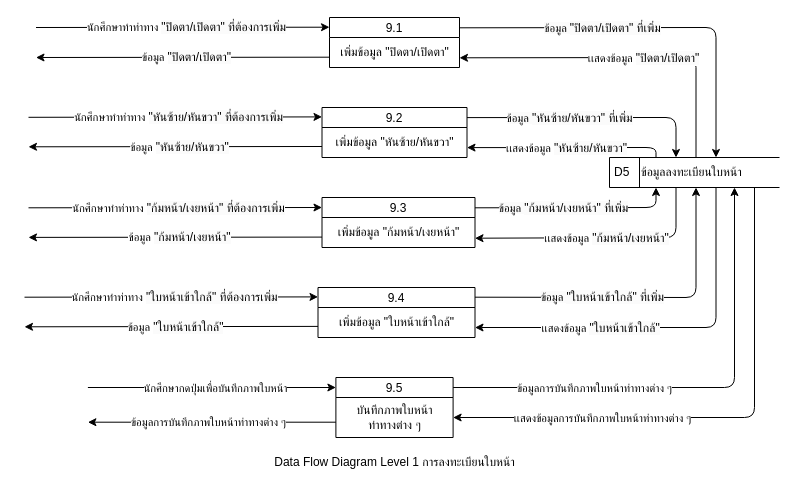
Earlier version of the draw.io diagram drawio/system_diagram/DFDL1_9.drawio (PatcharaphonKoosomsarp/FACE-EXAM). Source tidied: cells renumbered, new cells numbered last; positions are measured from the earlier drawing's top-left corner, leaving out a move shared by most shapes. Both pictures are drawn from the tidied source at 100%, with x=0, y=0 at pixel (24, 17).
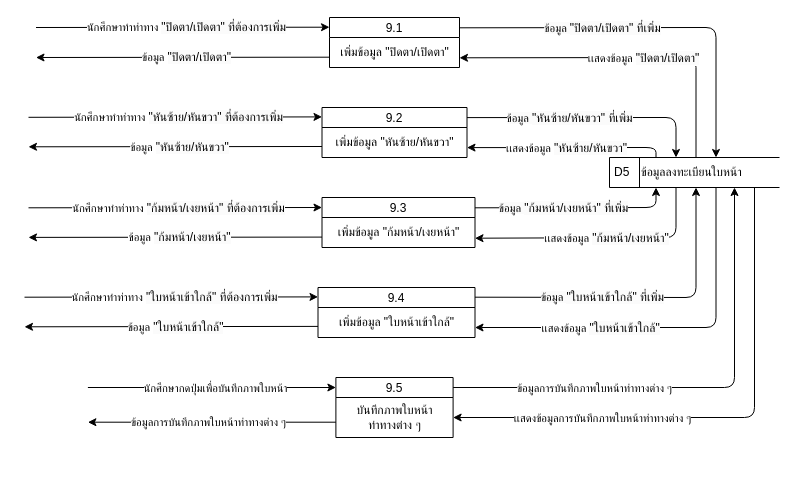
The same page after the edit.

What changed in the source:
```diff
@@
-    <mxCell id="4" value="Data Flow Diagram Level 1 การลงทะเบียนใบหน้า" style="text;html=1;align=center;verticalAlign=middle;strokeColor=none;fillColor=none;" parent="1" vertex="1">
-      <mxGeometry x="230" y="430" width="280" height="30" as="geometry" />
-    </mxCell>
```
